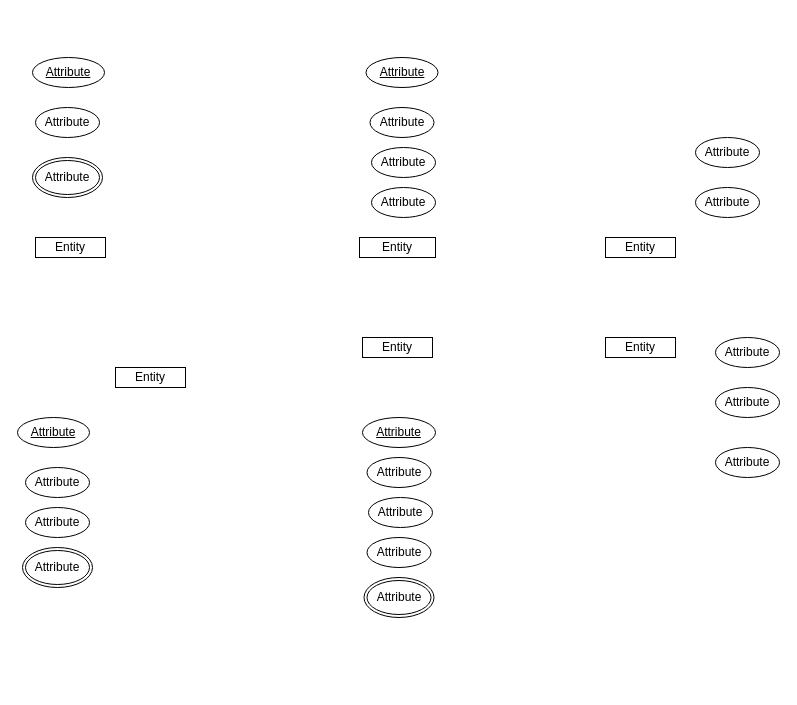
The draw.io diagram practica1/diagrama_formulario_1.drawio in yomeritacode/cursodesarrolloweb, before the edit. Source tidied: cells renumbered, new cells numbered last; positions are measured from the earlier drawing's top-left corner, leaving out a move shared by most shapes. Both pictures are drawn from the tidied source at 100%, with x=0, y=0 at pixel (17, 57).
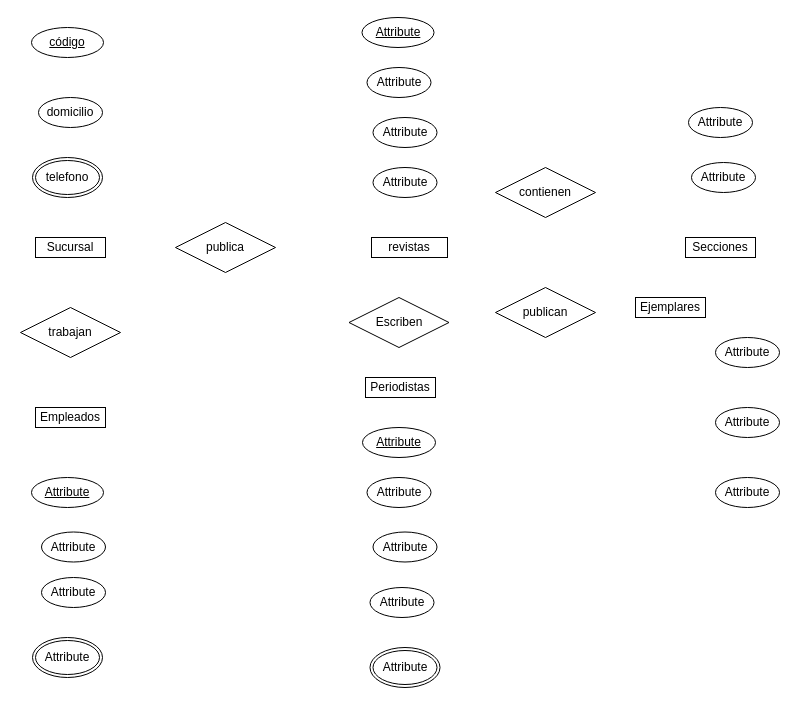
The same page after the edit.

Change to the diagram source:
```diff
@@
-    <mxCell id="2" value="Entity" style="whiteSpace=wrap;html=1;align=center;" parent="1" vertex="1">
+    <mxCell id="2" value="Sucursal" style="whiteSpace=wrap;html=1;align=center;" parent="1" vertex="1">
       <mxGeometry x="18" y="180" width="70" height="20" as="geometry" />
     </mxCell>
-    <mxCell id="3" value="Entity" style="whiteSpace=wrap;html=1;align=center;" parent="1" vertex="1">
-      <mxGeometry x="342" y="180" width="76" height="20" as="geometry" />
+    <mxCell id="3" value="revistas" style="whiteSpace=wrap;html=1;align=center;" parent="1" vertex="1">
+      <mxGeometry x="354" y="180" width="76" height="20" as="geometry" />
     </mxCell>
-    <mxCell id="4" value="Entity" style="whiteSpace=wrap;html=1;align=center;" parent="1" vertex="1">
-      <mxGeometry x="588" y="280" width="70" height="20" as="geometry" />
+    <mxCell id="4" value="Ejemplares" style="whiteSpace=wrap;html=1;align=center;" parent="1" vertex="1">
+      <mxGeometry x="618" y="240" width="70" height="20" as="geometry" />
     </mxCell>
-    <mxCell id="5" value="Entity" style="whiteSpace=wrap;html=1;align=center;" parent="1" vertex="1">
-      <mxGeometry x="588" y="180" width="70" height="20" as="geometry" />
+    <mxCell id="5" value="Secciones" style="whiteSpace=wrap;html=1;align=center;" parent="1" vertex="1">
+      <mxGeometry x="668" y="180" width="70" height="20" as="geometry" />
     </mxCell>
-    <mxCell id="6" value="Entity" style="whiteSpace=wrap;html=1;align=center;" parent="1" vertex="1">
-      <mxGeometry x="345" y="280" width="70" height="20" as="geometry" />
+    <mxCell id="6" value="Periodistas" style="whiteSpace=wrap;html=1;align=center;" parent="1" vertex="1">
+      <mxGeometry x="348" y="320" width="70" height="20" as="geometry" />
     </mxCell>
-    <mxCell id="7" value="Entity" style="whiteSpace=wrap;html=1;align=center;" parent="1" vertex="1">
-      <mxGeometry x="98" y="310" width="70" height="20" as="geometry" />
+    <mxCell id="7" value="Empleados" style="whiteSpace=wrap;html=1;align=center;" parent="1" vertex="1">
+      <mxGeometry x="18" y="350" width="70" height="20" as="geometry" />
     </mxCell>
     <mxCell id="8" value="Attribute" style="ellipse;whiteSpace=wrap;html=1;align=center;" parent="1" vertex="1">
-      <mxGeometry x="349.5" y="400" width="64" height="30" as="geometry" />
+      <mxGeometry x="349.5" y="420" width="64" height="30" as="geometry" />
     </mxCell>
     <mxCell id="9" value="Attribute" style="ellipse;whiteSpace=wrap;html=1;align=center;" parent="1" vertex="1">
-      <mxGeometry x="351" y="440" width="64" height="30" as="geometry" />
+      <mxGeometry x="355.5" y="474.5" width="64" height="30" as="geometry" />
     </mxCell>
     <mxCell id="10" value="Attribute" style="ellipse;whiteSpace=wrap;html=1;align=center;" parent="1" vertex="1">
-      <mxGeometry x="349.5" y="480" width="64" height="30" as="geometry" />
+      <mxGeometry x="352.5" y="530" width="64" height="30" as="geometry" />
     </mxCell>
     <mxCell id="11" value="Attribute" style="ellipse;whiteSpace=wrap;html=1;align=center;" parent="1" vertex="1">
-      <mxGeometry x="698" y="390" width="64" height="30" as="geometry" />
+      <mxGeometry x="698" y="420" width="64" height="30" as="geometry" />
     </mxCell>
     <mxCell id="12" value="Attribute" style="ellipse;whiteSpace=wrap;html=1;align=center;" parent="1" vertex="1">
-      <mxGeometry x="698" y="330" width="64" height="30" as="geometry" />
+      <mxGeometry x="698" y="350" width="64" height="30" as="geometry" />
     </mxCell>
@@
     <mxCell id="14" value="Attribute" style="ellipse;whiteSpace=wrap;html=1;align=center;" parent="1" vertex="1">
-      <mxGeometry x="678" y="80" width="64" height="30" as="geometry" />
+      <mxGeometry x="671" y="50" width="64" height="30" as="geometry" />
     </mxCell>
     <mxCell id="15" value="Attribute" style="ellipse;whiteSpace=wrap;html=1;align=center;" parent="1" vertex="1">
-      <mxGeometry x="678" y="130" width="64" height="30" as="geometry" />
+      <mxGeometry x="674" y="105" width="64" height="30" as="geometry" />
     </mxCell>
     <mxCell id="16" value="Attribute" style="ellipse;whiteSpace=wrap;html=1;align=center;" parent="1" vertex="1">
-      <mxGeometry x="352.5" y="50" width="64" height="30" as="geometry" />
+      <mxGeometry x="349.5" y="10" width="64" height="30" as="geometry" />
     </mxCell>
     <mxCell id="17" value="Attribute" style="ellipse;whiteSpace=wrap;html=1;align=center;" parent="1" vertex="1">
-      <mxGeometry x="354" y="90" width="64" height="30" as="geometry" />
+      <mxGeometry x="355.5" y="60" width="64" height="30" as="geometry" />
     </mxCell>
     <mxCell id="18" value="Attribute" style="ellipse;whiteSpace=wrap;html=1;align=center;" parent="1" vertex="1">
-      <mxGeometry x="354" y="130" width="64" height="30" as="geometry" />
+      <mxGeometry x="355.5" y="110" width="64" height="30" as="geometry" />
     </mxCell>
-    <mxCell id="19" value="Attribute" style="ellipse;whiteSpace=wrap;html=1;align=center;" parent="1" vertex="1">
-      <mxGeometry x="18" y="50" width="64" height="30" as="geometry" />
+    <mxCell id="19" value="domicilio" style="ellipse;whiteSpace=wrap;html=1;align=center;" parent="1" vertex="1">
+      <mxGeometry x="21" y="40" width="64" height="30" as="geometry" />
     </mxCell>
     <mxCell id="20" value="Attribute" style="ellipse;whiteSpace=wrap;html=1;align=center;" parent="1" vertex="1">
-      <mxGeometry x="8" y="410" width="64" height="30" as="geometry" />
+      <mxGeometry x="24" y="474.5" width="64" height="30" as="geometry" />
     </mxCell>
     <mxCell id="21" value="Attribute" style="ellipse;whiteSpace=wrap;html=1;align=center;" parent="1" vertex="1">
-      <mxGeometry x="8" y="450" width="64" height="30" as="geometry" />
+      <mxGeometry x="24" y="520" width="64" height="30" as="geometry" />
     </mxCell>
     <mxCell id="22" value="Attribute" style="ellipse;whiteSpace=wrap;html=1;align=center;fontStyle=4;" parent="1" vertex="1">
-      <mxGeometry x="345" y="360" width="73" height="30" as="geometry" />
+      <mxGeometry x="345" y="370" width="73" height="30" as="geometry" />
     </mxCell>
-    <mxCell id="23" value="Attribute" style="ellipse;whiteSpace=wrap;html=1;align=center;fontStyle=4;" parent="1" vertex="1">
-      <mxGeometry x="15" width="72" height="30" as="geometry" />
+    <mxCell id="23" value="código" style="ellipse;whiteSpace=wrap;html=1;align=center;fontStyle=4;" parent="1" vertex="1">
+      <mxGeometry x="14" y="-30" width="72" height="30" as="geometry" />
     </mxCell>
     <mxCell id="24" value="Attribute" style="ellipse;whiteSpace=wrap;html=1;align=center;fontStyle=4;" parent="1" vertex="1">
-      <mxGeometry y="360" width="72" height="30" as="geometry" />
+      <mxGeometry x="14" y="420" width="72" height="30" as="geometry" />
     </mxCell>
     <mxCell id="25" value="Attribute" style="ellipse;whiteSpace=wrap;html=1;align=center;fontStyle=4;" parent="1" vertex="1">
-      <mxGeometry x="348.5" width="72" height="30" as="geometry" />
+      <mxGeometry x="344.5" y="-40" width="72" height="30" as="geometry" />
     </mxCell>
     <mxCell id="26" value="Attribute" style="ellipse;shape=doubleEllipse;margin=3;whiteSpace=wrap;html=1;align=center;" parent="1" vertex="1">
-      <mxGeometry x="346.5" y="520" width="70" height="40" as="geometry" />
+      <mxGeometry x="352.5" y="590" width="70" height="40" as="geometry" />
     </mxCell>
     <mxCell id="27" value="Attribute" style="ellipse;shape=doubleEllipse;margin=3;whiteSpace=wrap;html=1;align=center;" parent="1" vertex="1">
-      <mxGeometry x="5" y="490" width="70" height="40" as="geometry" />
+      <mxGeometry x="15" y="580" width="70" height="40" as="geometry" />
     </mxCell>
-    <mxCell id="28" value="Attribute" style="ellipse;shape=doubleEllipse;margin=3;whiteSpace=wrap;html=1;align=center;" parent="1" vertex="1">
+    <mxCell id="28" value="telefono" style="ellipse;shape=doubleEllipse;margin=3;whiteSpace=wrap;html=1;align=center;" parent="1" vertex="1">
       <mxGeometry x="15" y="100" width="70" height="40" as="geometry" />
     </mxCell>
+    <mxCell id="29" value="publica" style="shape=rhombus;perimeter=rhombusPerimeter;whiteSpace=wrap;html=1;align=center;" parent="1" vertex="1">
+      <mxGeometry x="158" y="165" width="100" height="50" as="geometry" />
+    </mxCell>
+    <mxCell id="30" value="contienen" style="shape=rhombus;perimeter=rhombusPerimeter;whiteSpace=wrap;html=1;align=center;" parent="1" vertex="1">
+      <mxGeometry x="478" y="110" width="100" height="50" as="geometry" />
+    </mxCell>
+    <mxCell id="31" value="publican" style="shape=rhombus;perimeter=rhombusPerimeter;whiteSpace=wrap;html=1;align=center;" parent="1" vertex="1">
+      <mxGeometry x="478" y="230" width="100" height="50" as="geometry" />
+    </mxCell>
+    <mxCell id="32" value="Escriben" style="shape=rhombus;perimeter=rhombusPerimeter;whiteSpace=wrap;html=1;align=center;" parent="1" vertex="1">
+      <mxGeometry x="331.5" y="240" width="100" height="50" as="geometry" />
+    </mxCell>
+    <mxCell id="33" value="trabajan" style="shape=rhombus;perimeter=rhombusPerimeter;whiteSpace=wrap;html=1;align=center;" parent="1" vertex="1">
+      <mxGeometry x="3" y="250" width="100" height="50" as="geometry" />
+    </mxCell>
```
